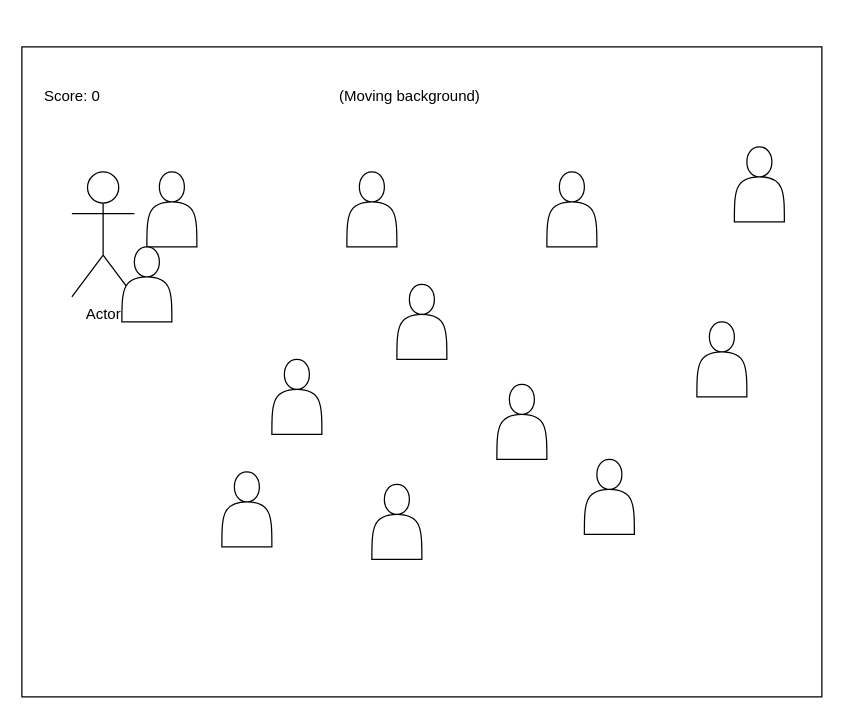
Before: designs/storyboard.drawio in KaitlynIp64/Final-Project---Kaitlyn-and-Ava, a draw.io diagram. Source tidied: cells renumbered, new cells numbered last; positions are measured from the earlier drawing's top-left corner, leaving out a move shared by most shapes. Both pictures are drawn from the tidied source at 125%, with x=0, y=0 at pixel (21, 46).
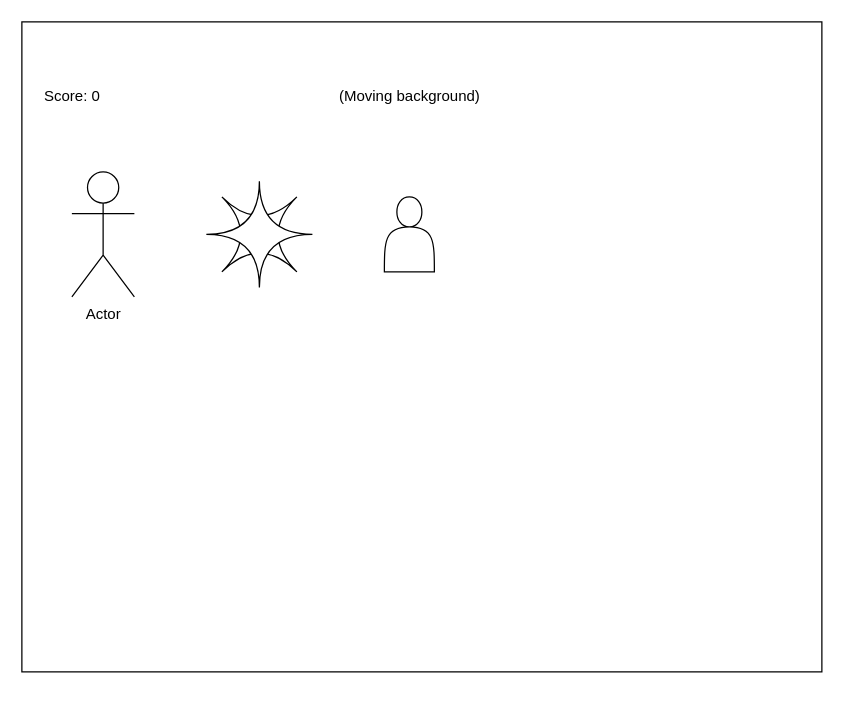
The same page after the edit.

The edit, as a diff of the source:
```diff
@@
 <mxGraphModel>
   <root>
     <mxCell id="0" />
     <mxCell id="1" parent="0" />
     <mxCell id="2" style="rounded=0;whiteSpace=wrap;html=1;" parent="1" vertex="1">
-      <mxGeometry width="640" height="520" as="geometry" />
+      <mxGeometry y="-20" width="640" height="520" as="geometry" />
     </mxCell>
     <mxCell id="3" value="Score: 0" style="text;html=1;align=center;verticalAlign=middle;strokeColor=none;fillColor=none;" parent="1" vertex="1">
       <mxGeometry x="10" y="30" width="60" height="20" as="geometry" />
     </mxCell>
     <mxCell id="4" value="(Moving background)" style="text;html=1;align=center;verticalAlign=middle;strokeColor=none;fillColor=none;" parent="1" vertex="1">
       <mxGeometry x="245" y="30" width="130" height="20" as="geometry" />
     </mxCell>
     <mxCell id="5" value="Actor" style="shape=umlActor;verticalLabelPosition=bottom;verticalAlign=top;html=1;" parent="1" vertex="1">
       <mxGeometry x="40" y="100" width="50" height="100" as="geometry" />
     </mxCell>
-    <mxCell id="6" style="shape=actor;whiteSpace=wrap;html=1;" parent="1" vertex="1">
-      <mxGeometry x="100" y="100" width="40" height="60" as="geometry" />
-    </mxCell>
     <mxCell id="7" style="shape=actor;whiteSpace=wrap;html=1;" parent="1" vertex="1">
-      <mxGeometry x="570" y="80" width="40" height="60" as="geometry" />
+      <mxGeometry x="290" y="120" width="40" height="60" as="geometry" />
     </mxCell>
-    <mxCell id="8" style="shape=actor;whiteSpace=wrap;html=1;" parent="1" vertex="1">
-      <mxGeometry x="300" y="190" width="40" height="60" as="geometry" />
-    </mxCell>
-    <mxCell id="9" style="shape=actor;whiteSpace=wrap;html=1;" parent="1" vertex="1">
-      <mxGeometry x="420" y="100" width="40" height="60" as="geometry" />
-    </mxCell>
-    <mxCell id="10" style="shape=actor;whiteSpace=wrap;html=1;" parent="1" vertex="1">
-      <mxGeometry x="280" y="350" width="40" height="60" as="geometry" />
-    </mxCell>
-    <mxCell id="11" style="shape=actor;whiteSpace=wrap;html=1;" parent="1" vertex="1">
-      <mxGeometry x="80" y="160" width="40" height="60" as="geometry" />
-    </mxCell>
-    <mxCell id="12" style="shape=actor;whiteSpace=wrap;html=1;" parent="1" vertex="1">
-      <mxGeometry x="380" y="270" width="40" height="60" as="geometry" />
-    </mxCell>
-    <mxCell id="13" style="shape=actor;whiteSpace=wrap;html=1;" parent="1" vertex="1">
-      <mxGeometry x="540" y="220" width="40" height="60" as="geometry" />
-    </mxCell>
-    <mxCell id="14" style="shape=actor;whiteSpace=wrap;html=1;" parent="1" vertex="1">
-      <mxGeometry x="200" y="250" width="40" height="60" as="geometry" />
-    </mxCell>
-    <mxCell id="15" style="shape=actor;whiteSpace=wrap;html=1;" parent="1" vertex="1">
-      <mxGeometry x="260" y="100" width="40" height="60" as="geometry" />
-    </mxCell>
-    <mxCell id="16" style="shape=actor;whiteSpace=wrap;html=1;" parent="1" vertex="1">
-      <mxGeometry x="450" y="330" width="40" height="60" as="geometry" />
-    </mxCell>
-    <mxCell id="17" style="shape=actor;whiteSpace=wrap;html=1;" parent="1" vertex="1">
-      <mxGeometry x="160" y="340" width="40" height="60" as="geometry" />
+    <mxCell id="17" style="shape=switch;whiteSpace=wrap;html=1;rotation=-90;" parent="1" vertex="1">
+      <mxGeometry x="160" y="120" width="60" height="60" as="geometry" />
     </mxCell>
+    <mxCell id="18" style="shape=switch;whiteSpace=wrap;html=1;rotation=-45;" parent="1" vertex="1">
+      <mxGeometry x="160" y="120" width="60" height="60" as="geometry" />
+    </mxCell>
   </root>
 </mxGraphModel>
```
